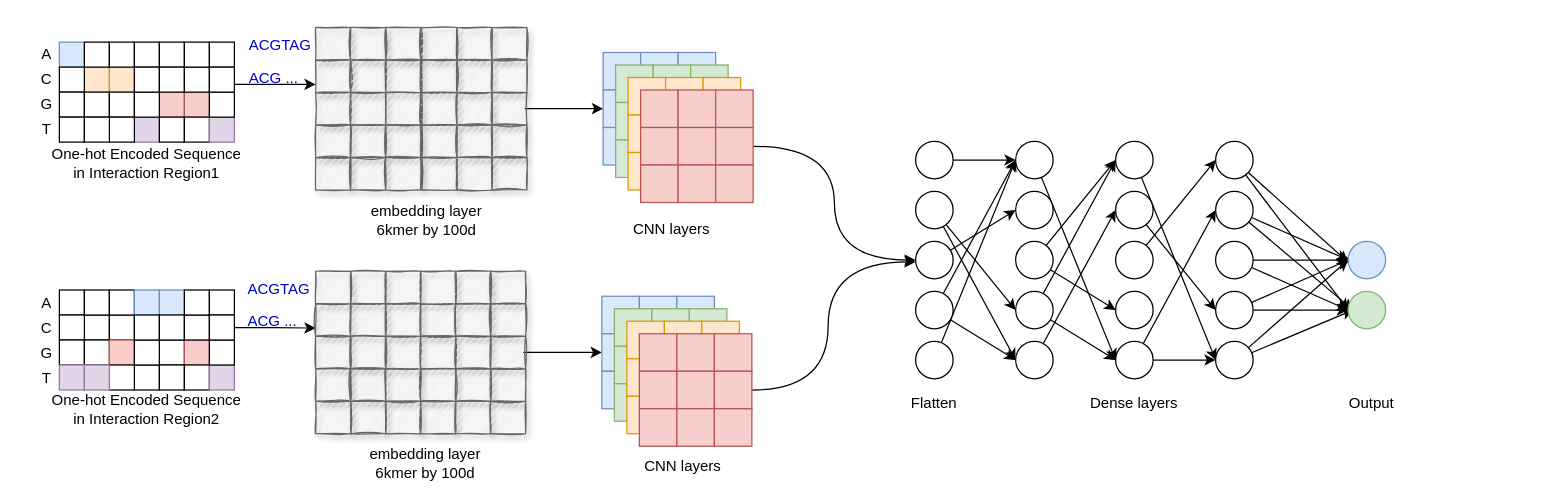
Before: onehot_embedding_cnn_two_branch.drawio in NaiveTom/draw.io, a draw.io diagram. Source tidied: cells renumbered, new cells numbered last; positions are measured from the earlier drawing's top-left corner, leaving out a move shared by most shapes. Both pictures are drawn from the tidied source at 125%, with x=0, y=0 at pixel (21, 26).
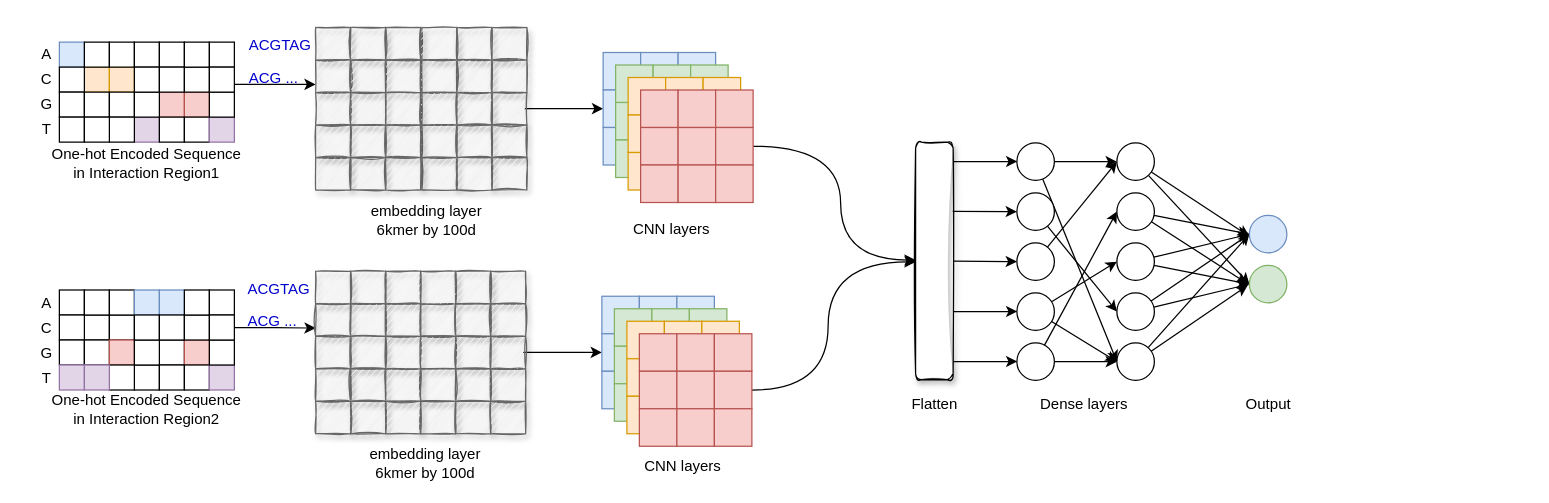
After the change.

The change refers to these unchanged cells:
```xml
<mxCell id="90" style="whiteSpace=wrap;html=1;fillColor=#f8cecc;strokeColor=#b85450;" parent="1" vertex="1">
  <mxGeometry x="555" y="80.5" width="30" height="30" as="geometry" />
</mxCell>
```

The edit, as a diff of the source:
```diff
@@
-    <mxCell id="2" style="edgeStyle=none;rounded=0;jettySize=auto;html=1;entryX=0;entryY=0.5;entryDx=0;entryDy=0;" parent="1" edge="1" source="3" target="15">
-      <mxGeometry relative="1" as="geometry" />
-    </mxCell>
-    <mxCell id="3" style="ellipse;whiteSpace=wrap;html=1;" parent="1" vertex="1">
-      <mxGeometry x="715" y="91.5" width="30" height="30" as="geometry" />
-    </mxCell>
-    <mxCell id="4" style="edgeStyle=none;rounded=1;jumpSize=20;jettySize=auto;html=1;entryX=0;entryY=0.5;entryDx=0;entryDy=0;strokeWidth=1;" parent="1" edge="1" source="6" target="24">
-      <mxGeometry relative="1" as="geometry" />
-    </mxCell>
-    <mxCell id="5" style="edgeStyle=none;rounded=1;jumpSize=20;jettySize=auto;html=1;entryX=0;entryY=0.5;entryDx=0;entryDy=0;strokeWidth=1;" parent="1" edge="1" source="6" target="22">
-      <mxGeometry relative="1" as="geometry" />
-    </mxCell>
-    <mxCell id="6" style="ellipse;whiteSpace=wrap;html=1;" parent="1" vertex="1">
-      <mxGeometry x="715" y="131.5" width="30" height="30" as="geometry" />
-    </mxCell>
-    <mxCell id="7" style="rounded=1;jumpSize=20;jettySize=auto;html=1;entryX=0;entryY=0.5;entryDx=0;entryDy=0;strokeWidth=1;" parent="1" edge="1" source="8" target="16">
-      <mxGeometry relative="1" as="geometry" />
-    </mxCell>
-    <mxCell id="8" style="ellipse;whiteSpace=wrap;html=1;" parent="1" vertex="1">
-      <mxGeometry x="715" y="171.5" width="30" height="30" as="geometry" />
-    </mxCell>
-    <mxCell id="9" style="rounded=1;jumpSize=20;jettySize=auto;html=1;entryX=0;entryY=0.5;entryDx=0;entryDy=0;strokeWidth=1;" parent="1" edge="1" source="11" target="15">
-      <mxGeometry relative="1" as="geometry" />
-    </mxCell>
-    <mxCell id="10" style="edgeStyle=none;rounded=1;jumpSize=20;jettySize=auto;html=1;entryX=0;entryY=0.5;entryDx=0;entryDy=0;strokeWidth=1;" parent="1" edge="1" source="11" target="24">
-      <mxGeometry relative="1" as="geometry" />
-    </mxCell>
-    <mxCell id="11" style="ellipse;whiteSpace=wrap;html=1;" parent="1" vertex="1">
-      <mxGeometry x="715" y="211.5" width="30" height="30" as="geometry" />
-    </mxCell>
-    <mxCell id="12" style="edgeStyle=none;rounded=1;jumpSize=20;jettySize=auto;html=1;entryX=0;entryY=0.5;entryDx=0;entryDy=0;strokeWidth=1;" parent="1" edge="1" source="13" target="15">
-      <mxGeometry relative="1" as="geometry" />
-    </mxCell>
-    <mxCell id="13" style="ellipse;whiteSpace=wrap;html=1;" parent="1" vertex="1">
-      <mxGeometry x="715" y="251.5" width="30" height="30" as="geometry" />
-    </mxCell>
-    <mxCell id="14" style="edgeStyle=none;rounded=1;jumpSize=20;jettySize=auto;html=1;entryX=0;entryY=0.5;entryDx=0;entryDy=0;strokeWidth=1;" parent="1" edge="1" source="15" target="36">
-      <mxGeometry relative="1" as="geometry" />
-    </mxCell>
-    <mxCell id="15" style="ellipse;whiteSpace=wrap;html=1;" parent="1" vertex="1">
-      <mxGeometry x="795" y="91.5" width="30" height="30" as="geometry" />
-    </mxCell>
-    <mxCell id="16" style="ellipse;whiteSpace=wrap;html=1;" parent="1" vertex="1">
-      <mxGeometry x="795" y="131.5" width="30" height="30" as="geometry" />
-    </mxCell>
-    <mxCell id="17" style="edgeStyle=none;rounded=1;jumpSize=20;jettySize=auto;html=1;entryX=0;entryY=0.5;entryDx=0;entryDy=0;strokeWidth=1;" parent="1" edge="1" source="19" target="33">
-      <mxGeometry relative="1" as="geometry" />
-    </mxCell>
-    <mxCell id="18" style="edgeStyle=none;rounded=1;jumpSize=20;jettySize=auto;html=1;entryX=0;entryY=0.5;entryDx=0;entryDy=0;strokeWidth=1;" parent="1" edge="1" source="19" target="28">
-      <mxGeometry relative="1" as="geometry" />
-    </mxCell>
-    <mxCell id="19" style="ellipse;whiteSpace=wrap;html=1;" parent="1" vertex="1">
-      <mxGeometry x="795" y="171.5" width="30" height="30" as="geometry" />
-    </mxCell>
-    <mxCell id="20" style="edgeStyle=none;rounded=1;jumpSize=20;jettySize=auto;html=1;entryX=0;entryY=0.5;entryDx=0;entryDy=0;strokeWidth=1;" parent="1" edge="1" source="22" target="28">
-      <mxGeometry relative="1" as="geometry" />
-    </mxCell>
-    <mxCell id="21" style="edgeStyle=none;rounded=1;jumpSize=20;jettySize=auto;html=1;entryX=0;entryY=0.5;entryDx=0;entryDy=0;strokeWidth=1;" parent="1" edge="1" source="22" target="36">
-      <mxGeometry relative="1" as="geometry" />
-    </mxCell>
-    <mxCell id="22" style="ellipse;whiteSpace=wrap;html=1;" parent="1" vertex="1">
-      <mxGeometry x="795" y="211.5" width="30" height="30" as="geometry" />
-    </mxCell>
-    <mxCell id="23" style="edgeStyle=none;rounded=1;jumpSize=20;jettySize=auto;html=1;entryX=0;entryY=0.5;entryDx=0;entryDy=0;strokeWidth=1;" parent="1" edge="1" source="24" target="30">
-      <mxGeometry relative="1" as="geometry" />
-    </mxCell>
-    <mxCell id="24" style="ellipse;whiteSpace=wrap;html=1;" parent="1" vertex="1">
-      <mxGeometry x="795" y="251.5" width="30" height="30" as="geometry" />
-    </mxCell>
-    <mxCell id="25" value="Dense layers" style="text;html=1;strokeColor=none;fillColor=none;align=center;verticalAlign=middle;whiteSpace=wrap;rounded=0;" parent="1" vertex="1">
-      <mxGeometry x="765" y="290.5" width="250" height="20" as="geometry" />
-    </mxCell>
-    <mxCell id="26" value="Flatten" style="text;html=1;strokeColor=none;fillColor=none;align=center;verticalAlign=middle;whiteSpace=wrap;rounded=0;" parent="1" vertex="1">
-      <mxGeometry x="605" y="290.5" width="250" height="20" as="geometry" />
-    </mxCell>
-    <mxCell id="27" style="edgeStyle=none;rounded=1;jumpSize=20;jettySize=auto;html=1;entryX=0;entryY=0.5;entryDx=0;entryDy=0;strokeWidth=1;" parent="1" edge="1" source="28" target="51">
-      <mxGeometry relative="1" as="geometry" />
-    </mxCell>
-    <mxCell id="28" style="ellipse;whiteSpace=wrap;html=1;" parent="1" vertex="1">
-      <mxGeometry x="875" y="91.5" width="30" height="30" as="geometry" />
-    </mxCell>
-    <mxCell id="29" style="edgeStyle=none;rounded=1;jumpSize=20;jettySize=auto;html=1;entryX=0;entryY=0.5;entryDx=0;entryDy=0;strokeWidth=1;" parent="1" edge="1" source="30" target="48">
-      <mxGeometry relative="1" as="geometry" />
-    </mxCell>
-    <mxCell id="30" style="ellipse;whiteSpace=wrap;html=1;" parent="1" vertex="1">
-      <mxGeometry x="875" y="131.5" width="30" height="30" as="geometry" />
-    </mxCell>
-    <mxCell id="31" style="edgeStyle=none;rounded=1;jumpSize=20;jettySize=auto;html=1;entryX=0;entryY=0.5;entryDx=0;entryDy=0;strokeWidth=1;" parent="1" edge="1" source="32" target="39">
-      <mxGeometry relative="1" as="geometry" />
-    </mxCell>
-    <mxCell id="32" style="ellipse;whiteSpace=wrap;html=1;" parent="1" vertex="1">
-      <mxGeometry x="875" y="171.5" width="30" height="30" as="geometry" />
-    </mxCell>
-    <mxCell id="33" style="ellipse;whiteSpace=wrap;html=1;" parent="1" vertex="1">
-      <mxGeometry x="875" y="211.5" width="30" height="30" as="geometry" />
-    </mxCell>
-    <mxCell id="34" style="edgeStyle=none;rounded=1;jumpSize=20;jettySize=auto;html=1;entryX=0;entryY=0.5;entryDx=0;entryDy=0;strokeWidth=1;" parent="1" edge="1" source="36" target="42">
-      <mxGeometry relative="1" as="geometry" />
-    </mxCell>
-    <mxCell id="35" style="edgeStyle=none;rounded=1;jumpSize=20;jettySize=auto;html=1;entryX=0;entryY=0.5;entryDx=0;entryDy=0;strokeWidth=1;" parent="1" edge="1" source="36" target="51">
-      <mxGeometry relative="1" as="geometry" />
-    </mxCell>
-    <mxCell id="36" style="ellipse;whiteSpace=wrap;html=1;" parent="1" vertex="1">
-      <mxGeometry x="875" y="251.5" width="30" height="30" as="geometry" />
-    </mxCell>
-    <mxCell id="37" style="edgeStyle=none;rounded=1;jumpSize=20;jettySize=auto;html=1;entryX=0;entryY=0.5;entryDx=0;entryDy=0;strokeWidth=1;" parent="1" edge="1" source="39" target="54">
-      <mxGeometry relative="1" as="geometry" />
-    </mxCell>
-    <mxCell id="38" style="edgeStyle=none;rounded=1;jumpSize=20;jettySize=auto;html=1;strokeWidth=1;entryX=-0.001;entryY=0.557;entryDx=0;entryDy=0;entryPerimeter=0;" parent="1" edge="1" source="39" target="53">
-      <mxGeometry relative="1" as="geometry" />
-    </mxCell>
-    <mxCell id="39" style="ellipse;whiteSpace=wrap;html=1;" parent="1" vertex="1">
-      <mxGeometry x="955" y="91.5" width="30" height="30" as="geometry" />
-    </mxCell>
-    <mxCell id="40" style="edgeStyle=none;rounded=1;jumpSize=20;jettySize=auto;html=1;entryX=0;entryY=0.5;entryDx=0;entryDy=0;strokeWidth=1;" parent="1" edge="1" source="42" target="53">
-      <mxGeometry relative="1" as="geometry" />
-    </mxCell>
-    <mxCell id="41" style="edgeStyle=none;rounded=1;jumpSize=20;jettySize=auto;html=1;strokeWidth=1;" parent="1" edge="1" source="42">
-      <mxGeometry relative="1" as="geometry">
-        <mxPoint x="1065" y="226.5" as="targetPoint" />
-      </mxGeometry>
-    </mxCell>
-    <mxCell id="42" style="ellipse;whiteSpace=wrap;html=1;" parent="1" vertex="1">
-      <mxGeometry x="955" y="131.5" width="30" height="30" as="geometry" />
-    </mxCell>
-    <mxCell id="43" style="edgeStyle=none;rounded=1;jumpSize=20;jettySize=auto;html=1;entryX=0;entryY=0.5;entryDx=0;entryDy=0;strokeWidth=1;" parent="1" edge="1" source="45" target="54">
-      <mxGeometry relative="1" as="geometry" />
-    </mxCell>
-    <mxCell id="44" style="edgeStyle=none;rounded=1;jumpSize=20;jettySize=auto;html=1;strokeWidth=1;" parent="1" edge="1" source="45">
-      <mxGeometry relative="1" as="geometry">
-        <mxPoint x="1065" y="186.5" as="targetPoint" />
-      </mxGeometry>
-    </mxCell>
-    <mxCell id="45" style="ellipse;whiteSpace=wrap;html=1;" parent="1" vertex="1">
-      <mxGeometry x="955" y="171.5" width="30" height="30" as="geometry" />
-    </mxCell>
-    <mxCell id="46" style="edgeStyle=none;rounded=1;jumpSize=20;jettySize=auto;html=1;entryX=0;entryY=0.5;entryDx=0;entryDy=0;strokeWidth=1;" parent="1" edge="1" source="48" target="53">
-      <mxGeometry relative="1" as="geometry" />
-    </mxCell>
-    <mxCell id="47" style="edgeStyle=none;rounded=1;jumpSize=20;jettySize=auto;html=1;strokeWidth=1;entryX=0;entryY=0.5;entryDx=0;entryDy=0;" parent="1" edge="1" source="48" target="54">
-      <mxGeometry relative="1" as="geometry" />
-    </mxCell>
-    <mxCell id="48" style="ellipse;whiteSpace=wrap;html=1;" parent="1" vertex="1">
-      <mxGeometry x="955" y="211.5" width="30" height="30" as="geometry" />
-    </mxCell>
-    <mxCell id="49" style="edgeStyle=none;rounded=1;jumpSize=20;jettySize=auto;html=1;strokeWidth=1;" parent="1" edge="1" source="51">
-      <mxGeometry relative="1" as="geometry">
-        <mxPoint x="1065" y="226.5" as="targetPoint" />
-      </mxGeometry>
-    </mxCell>
-    <mxCell id="50" style="edgeStyle=none;rounded=1;jumpSize=20;jettySize=auto;html=1;strokeWidth=1;entryX=0;entryY=0.5;entryDx=0;entryDy=0;" parent="1" edge="1" source="51" target="53">
-      <mxGeometry relative="1" as="geometry" />
-    </mxCell>
-    <mxCell id="51" style="ellipse;whiteSpace=wrap;html=1;" parent="1" vertex="1">
-      <mxGeometry x="955" y="251.5" width="30" height="30" as="geometry" />
-    </mxCell>
-    <mxCell id="52" value="&lt;div&gt;Output&lt;/div&gt;" style="text;html=1;strokeColor=none;fillColor=none;align=center;verticalAlign=middle;whiteSpace=wrap;rounded=0;" parent="1" vertex="1">
-      <mxGeometry x="955" y="290.5" width="250" height="20" as="geometry" />
-    </mxCell>
-    <mxCell id="53" style="ellipse;whiteSpace=wrap;html=1;fillColor=#dae8fc;strokeColor=#6c8ebf;" parent="1" vertex="1">
-      <mxGeometry x="1061" y="171.5" width="30" height="30" as="geometry" />
-    </mxCell>
-    <mxCell id="54" style="ellipse;whiteSpace=wrap;html=1;fillColor=#d5e8d4;strokeColor=#82b366;" parent="1" vertex="1">
-      <mxGeometry x="1061" y="211.5" width="30" height="30" as="geometry" />
-    </mxCell>
@@
-    <mxCell id="89" style="edgeStyle=orthogonalEdgeStyle;curved=1;rounded=0;jettySize=auto;html=1;entryX=0;entryY=0.5;entryDx=0;entryDy=0;" parent="1" edge="1" source="90" target="8">
-      <mxGeometry relative="1" as="geometry" />
+    <mxCell id="89" style="edgeStyle=orthogonalEdgeStyle;curved=1;rounded=0;jettySize=auto;html=1;entryX=0;entryY=0.5;entryDx=0;entryDy=0;" parent="1" edge="1" source="90">
+      <mxGeometry relative="1" as="geometry">
+        <mxPoint x="715" y="186.5" as="targetPoint" />
+        <Array as="points">
+          <mxPoint x="655" y="96" />
+          <mxPoint x="655" y="187" />
+        </Array>
+      </mxGeometry>
     </mxCell>
@@
+    <mxCell id="25" value="Dense layers" style="text;html=1;strokeColor=none;fillColor=none;align=center;verticalAlign=middle;whiteSpace=wrap;rounded=0;" parent="1" vertex="1">
+      <mxGeometry x="805" y="291.8" width="90" height="20" as="geometry" />
+    </mxCell>
+    <mxCell id="26" value="Flatten" style="text;html=1;strokeColor=none;fillColor=none;align=center;verticalAlign=middle;whiteSpace=wrap;rounded=0;" parent="1" vertex="1">
+      <mxGeometry x="719.5" y="291.8" width="21" height="20" as="geometry" />
+    </mxCell>
+    <mxCell id="270" style="edgeStyle=none;rounded=1;jumpSize=20;jettySize=auto;html=1;entryX=0;entryY=0.5;entryDx=0;entryDy=0;strokeWidth=1;" parent="1" edge="1" source="272" target="297">
+      <mxGeometry relative="1" as="geometry" />
+    </mxCell>
+    <mxCell id="271" style="edgeStyle=none;rounded=0;jettySize=auto;html=1;entryX=0;entryY=0.5;entryDx=0;entryDy=0;" parent="1" edge="1" source="272" target="285">
+      <mxGeometry relative="1" as="geometry" />
+    </mxCell>
+    <mxCell id="272" style="ellipse;whiteSpace=wrap;html=1;" parent="1" vertex="1">
+      <mxGeometry x="796" y="92.8" width="30" height="30" as="geometry" />
+    </mxCell>
+    <mxCell id="273" style="edgeStyle=none;rounded=1;jumpSize=20;jettySize=auto;html=1;entryX=0;entryY=0.5;entryDx=0;entryDy=0;strokeWidth=1;" parent="1" edge="1" source="274" target="294">
+      <mxGeometry relative="1" as="geometry" />
+    </mxCell>
+    <mxCell id="274" style="ellipse;whiteSpace=wrap;html=1;" parent="1" vertex="1">
+      <mxGeometry x="796" y="132.8" width="30" height="30" as="geometry" />
+    </mxCell>
+    <mxCell id="275" style="edgeStyle=none;rounded=1;jumpSize=20;jettySize=auto;html=1;entryX=0;entryY=0.5;entryDx=0;entryDy=0;strokeWidth=1;" parent="1" edge="1" source="276" target="285">
+      <mxGeometry relative="1" as="geometry" />
+    </mxCell>
+    <mxCell id="276" style="ellipse;whiteSpace=wrap;html=1;" parent="1" vertex="1">
+      <mxGeometry x="796" y="172.8" width="30" height="30" as="geometry" />
+    </mxCell>
+    <mxCell id="277" style="edgeStyle=none;rounded=0;jettySize=auto;html=1;entryX=0;entryY=0.5;entryDx=0;entryDy=0;" parent="1" edge="1" source="279" target="291">
+      <mxGeometry relative="1" as="geometry" />
+    </mxCell>
+    <mxCell id="278" style="edgeStyle=none;rounded=0;jettySize=auto;html=1;entryX=0;entryY=0.5;entryDx=0;entryDy=0;" parent="1" edge="1" source="279" target="297">
+      <mxGeometry relative="1" as="geometry" />
+    </mxCell>
+    <mxCell id="279" style="ellipse;whiteSpace=wrap;html=1;" parent="1" vertex="1">
+      <mxGeometry x="796" y="212.8" width="30" height="30" as="geometry" />
+    </mxCell>
+    <mxCell id="280" style="edgeStyle=none;rounded=1;jumpSize=20;jettySize=auto;html=1;entryX=0;entryY=0.5;entryDx=0;entryDy=0;strokeWidth=1;" parent="1" edge="1" source="282" target="288">
+      <mxGeometry relative="1" as="geometry" />
+    </mxCell>
+    <mxCell id="281" style="edgeStyle=none;rounded=1;jumpSize=20;jettySize=auto;html=1;entryX=0;entryY=0.5;entryDx=0;entryDy=0;strokeWidth=1;" parent="1" edge="1" source="282" target="297">
+      <mxGeometry relative="1" as="geometry" />
+    </mxCell>
+    <mxCell id="282" style="ellipse;whiteSpace=wrap;html=1;" parent="1" vertex="1">
+      <mxGeometry x="796" y="252.8" width="30" height="30" as="geometry" />
+    </mxCell>
+    <mxCell id="283" style="edgeStyle=none;rounded=1;jumpSize=20;jettySize=auto;html=1;entryX=0;entryY=0.5;entryDx=0;entryDy=0;strokeWidth=1;" parent="1" edge="1" source="285" target="299">
+      <mxGeometry relative="1" as="geometry" />
+    </mxCell>
+    <mxCell id="284" style="edgeStyle=none;rounded=1;jumpSize=20;jettySize=auto;html=1;strokeWidth=1;entryX=-0.001;entryY=0.557;entryDx=0;entryDy=0;entryPerimeter=0;" parent="1" edge="1" source="285" target="298">
+      <mxGeometry relative="1" as="geometry" />
+    </mxCell>
+    <mxCell id="285" style="ellipse;whiteSpace=wrap;html=1;" parent="1" vertex="1">
+      <mxGeometry x="876" y="92.8" width="30" height="30" as="geometry" />
+    </mxCell>
+    <mxCell id="286" style="edgeStyle=none;rounded=1;jumpSize=20;jettySize=auto;html=1;entryX=0;entryY=0.5;entryDx=0;entryDy=0;strokeWidth=1;" parent="1" edge="1" source="288" target="298">
+      <mxGeometry relative="1" as="geometry" />
+    </mxCell>
+    <mxCell id="287" style="edgeStyle=none;rounded=1;jumpSize=20;jettySize=auto;html=1;strokeWidth=1;entryX=-0.057;entryY=0.483;entryDx=0;entryDy=0;entryPerimeter=0;" parent="1" edge="1" source="288" target="299">
+      <mxGeometry relative="1" as="geometry" />
+    </mxCell>
+    <mxCell id="288" style="ellipse;whiteSpace=wrap;html=1;" parent="1" vertex="1">
+      <mxGeometry x="876" y="132.8" width="30" height="30" as="geometry" />
+    </mxCell>
+    <mxCell id="289" style="edgeStyle=none;rounded=1;jumpSize=20;jettySize=auto;html=1;entryX=0;entryY=0.5;entryDx=0;entryDy=0;strokeWidth=1;" parent="1" edge="1" source="291" target="299">
+      <mxGeometry relative="1" as="geometry" />
+    </mxCell>
+    <mxCell id="290" style="edgeStyle=none;rounded=1;jumpSize=20;jettySize=auto;html=1;strokeWidth=1;entryX=0;entryY=0.5;entryDx=0;entryDy=0;" parent="1" edge="1" source="291" target="298">
+      <mxGeometry relative="1" as="geometry" />
+    </mxCell>
+    <mxCell id="291" style="ellipse;whiteSpace=wrap;html=1;" parent="1" vertex="1">
+      <mxGeometry x="876" y="172.8" width="30" height="30" as="geometry" />
+    </mxCell>
+    <mxCell id="292" style="edgeStyle=none;rounded=1;jumpSize=20;jettySize=auto;html=1;entryX=0;entryY=0.5;entryDx=0;entryDy=0;strokeWidth=1;" parent="1" edge="1" source="294" target="298">
+      <mxGeometry relative="1" as="geometry" />
+    </mxCell>
+    <mxCell id="293" style="edgeStyle=none;rounded=1;jumpSize=20;jettySize=auto;html=1;strokeWidth=1;entryX=0;entryY=0.5;entryDx=0;entryDy=0;" parent="1" edge="1" source="294" target="299">
+      <mxGeometry relative="1" as="geometry" />
+    </mxCell>
+    <mxCell id="294" style="ellipse;whiteSpace=wrap;html=1;" parent="1" vertex="1">
+      <mxGeometry x="876" y="212.8" width="30" height="30" as="geometry" />
+    </mxCell>
+    <mxCell id="295" style="edgeStyle=none;rounded=1;jumpSize=20;jettySize=auto;html=1;strokeWidth=1;entryX=-0.05;entryY=0.538;entryDx=0;entryDy=0;entryPerimeter=0;" parent="1" edge="1" source="297" target="299">
+      <mxGeometry relative="1" as="geometry" />
+    </mxCell>
+    <mxCell id="296" style="edgeStyle=none;rounded=1;jumpSize=20;jettySize=auto;html=1;strokeWidth=1;entryX=0;entryY=0.5;entryDx=0;entryDy=0;" parent="1" edge="1" source="297" target="298">
+      <mxGeometry relative="1" as="geometry" />
+    </mxCell>
+    <mxCell id="297" style="ellipse;whiteSpace=wrap;html=1;" parent="1" vertex="1">
+      <mxGeometry x="876" y="252.8" width="30" height="30" as="geometry" />
+    </mxCell>
+    <mxCell id="52" value="&lt;div&gt;Output&lt;/div&gt;" style="text;html=1;strokeColor=none;fillColor=none;align=center;verticalAlign=middle;whiteSpace=wrap;rounded=0;" parent="1" vertex="1">
+      <mxGeometry x="985.8" y="291.8" width="22.5" height="20" as="geometry" />
+    </mxCell>
+    <mxCell id="298" style="ellipse;whiteSpace=wrap;html=1;fillColor=#dae8fc;strokeColor=#6c8ebf;" parent="1" vertex="1">
+      <mxGeometry x="982" y="150.8" width="30" height="30" as="geometry" />
+    </mxCell>
+    <mxCell id="299" style="ellipse;whiteSpace=wrap;html=1;fillColor=#d5e8d4;strokeColor=#82b366;" parent="1" vertex="1">
+      <mxGeometry x="982" y="190.8" width="30" height="30" as="geometry" />
+    </mxCell>
+    <mxCell id="300" style="rounded=0;jettySize=auto;html=1;entryX=0;entryY=0.5;entryDx=0;entryDy=0;" parent="1" edge="1" source="301">
+      <mxGeometry relative="1" as="geometry">
+        <mxPoint x="796" y="187.8" as="targetPoint" />
+      </mxGeometry>
+    </mxCell>
+    <mxCell id="301" style="rounded=1;whiteSpace=wrap;html=1;shadow=1;glass=0;sketch=1;" parent="1" vertex="1">
+      <mxGeometry x="715" y="92.2" width="30" height="190" as="geometry" />
+    </mxCell>
+    <mxCell id="302" style="endArrow=classic;html=1;entryX=0;entryY=0.5;entryDx=0;entryDy=0;exitX=0.989;exitY=0.292;exitDx=0;exitDy=0;exitPerimeter=0;" parent="1" edge="1" source="301">
+      <mxGeometry relative="1" as="geometry">
+        <mxPoint x="796" y="147.8" as="targetPoint" />
+      </mxGeometry>
+    </mxCell>
+    <mxCell id="303" style="endArrow=classic;html=1;entryX=0;entryY=0.5;entryDx=0;entryDy=0;exitX=0.989;exitY=0.292;exitDx=0;exitDy=0;exitPerimeter=0;" parent="1" edge="1">
+      <mxGeometry relative="1" as="geometry">
+        <mxPoint x="745" y="107.7" as="sourcePoint" />
+        <mxPoint x="796.3" y="107.7" as="targetPoint" />
+      </mxGeometry>
+    </mxCell>
+    <mxCell id="304" style="endArrow=classic;html=1;entryX=0;entryY=0.5;entryDx=0;entryDy=0;exitX=0.989;exitY=0.292;exitDx=0;exitDy=0;exitPerimeter=0;" parent="1" edge="1">
+      <mxGeometry relative="1" as="geometry">
+        <mxPoint x="745" y="227.7" as="sourcePoint" />
+        <mxPoint x="796.3" y="227.7" as="targetPoint" />
+      </mxGeometry>
+    </mxCell>
+    <mxCell id="305" style="endArrow=classic;html=1;entryX=0;entryY=0.5;entryDx=0;entryDy=0;exitX=0.989;exitY=0.292;exitDx=0;exitDy=0;exitPerimeter=0;" parent="1" edge="1">
+      <mxGeometry relative="1" as="geometry">
+        <mxPoint x="745" y="267.7" as="sourcePoint" />
+        <mxPoint x="796.3" y="267.7" as="targetPoint" />
+      </mxGeometry>
+    </mxCell>
```
